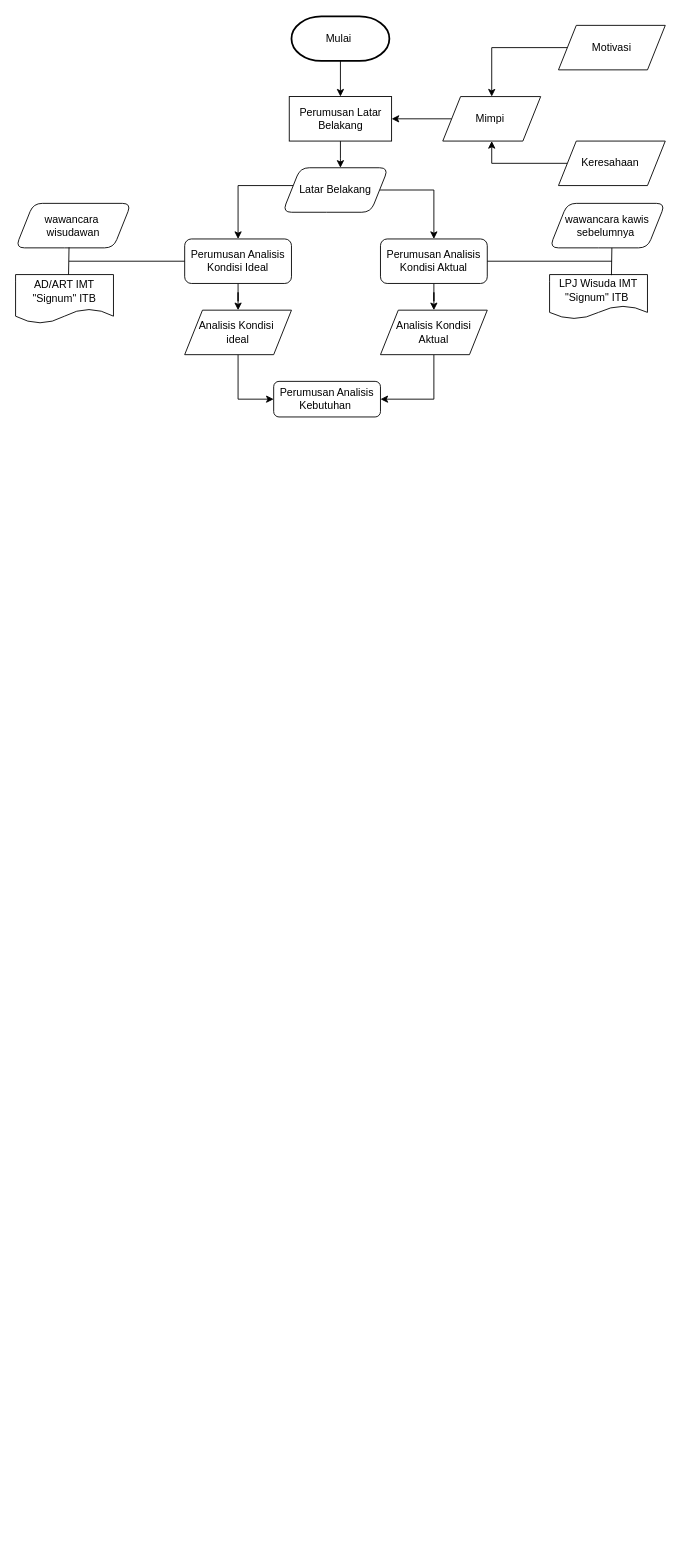
Before: Diagram Tanpa Judul.drawio in Tian7877/ARC-Training-tools, a draw.io diagram. Source tidied: cells renumbered, new cells numbered last; positions are measured from the earlier drawing's top-left corner, leaving out a move shared by most shapes. Both pictures are drawn from the tidied source at 89%, with x=0, y=0 at pixel (15, 16).
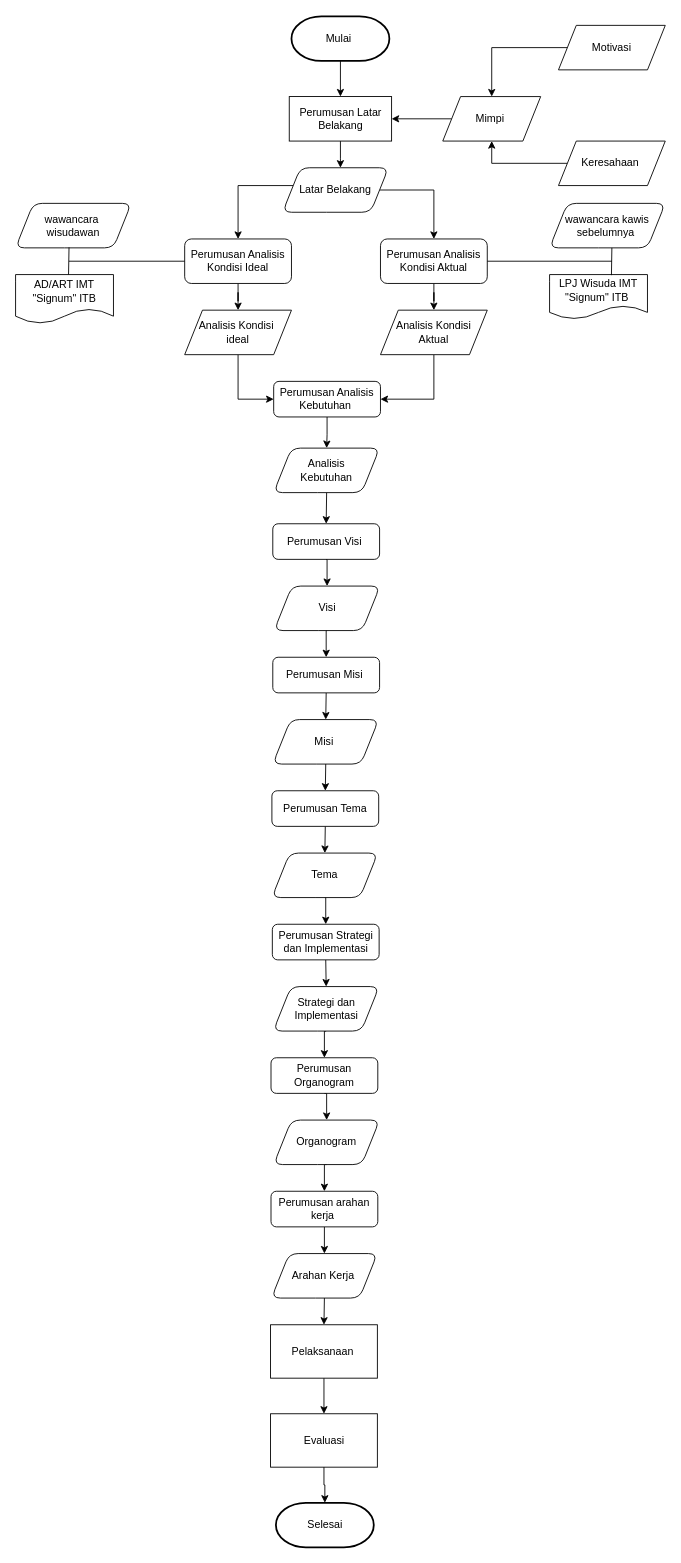
Above is the later version.

Unchanged cells that the change refers to:
```xml
<mxCell id="23" value="Perumusan Analisis Kebutuhan&amp;nbsp;" style="rounded=1;whiteSpace=wrap;html=1;" parent="1" vertex="1">
  <mxGeometry x="290" y="410" width="120" height="40" as="geometry" />
</mxCell>
```

The edit, as a diff of the source:
```diff
@@
+    <mxCell id="32" style="edgeStyle=orthogonalEdgeStyle;rounded=0;jettySize=auto;html=1;entryX=0.5;entryY=0;entryDx=0;entryDy=0;" parent="1" edge="1" source="23" target="34">
+      <mxGeometry relative="1" as="geometry" />
+    </mxCell>
@@
+    <mxCell id="33" style="edgeStyle=orthogonalEdgeStyle;rounded=0;jettySize=auto;html=1;exitX=0.5;exitY=1;exitDx=0;exitDy=0;entryX=0.5;entryY=0;entryDx=0;entryDy=0;" parent="1" edge="1" source="34" target="36">
+      <mxGeometry relative="1" as="geometry" />
+    </mxCell>
+    <mxCell id="34" value="Analisis &lt;br&gt;Kebutuhan" style="shape=parallelogram;perimeter=parallelogramPerimeter;whiteSpace=wrap;html=1;fixedSize=1;rotation=0;rounded=1;" parent="1" vertex="1">
+      <mxGeometry x="290" y="485" width="119" height="50" as="geometry" />
+    </mxCell>
+    <mxCell id="35" style="edgeStyle=orthogonalEdgeStyle;rounded=0;jettySize=auto;html=1;exitX=0.5;exitY=1;exitDx=0;exitDy=0;entryX=0.5;entryY=0;entryDx=0;entryDy=0;" parent="1" edge="1" source="36" target="38">
+      <mxGeometry relative="1" as="geometry" />
+    </mxCell>
+    <mxCell id="36" value="Perumusan Visi&amp;nbsp;" style="rounded=1;whiteSpace=wrap;html=1;" parent="1" vertex="1">
+      <mxGeometry x="289" y="570" width="120" height="40" as="geometry" />
+    </mxCell>
+    <mxCell id="37" style="edgeStyle=orthogonalEdgeStyle;rounded=0;jettySize=auto;html=1;exitX=0.5;exitY=1;exitDx=0;exitDy=0;entryX=0.5;entryY=0;entryDx=0;entryDy=0;" parent="1" edge="1" source="38" target="40">
+      <mxGeometry relative="1" as="geometry" />
+    </mxCell>
+    <mxCell id="38" value="Visi" style="shape=parallelogram;perimeter=parallelogramPerimeter;whiteSpace=wrap;html=1;fixedSize=1;rotation=0;rounded=1;" parent="1" vertex="1">
+      <mxGeometry x="290.5" y="640" width="119" height="50" as="geometry" />
+    </mxCell>
+    <mxCell id="39" style="edgeStyle=orthogonalEdgeStyle;rounded=0;jettySize=auto;html=1;exitX=0.5;exitY=1;exitDx=0;exitDy=0;entryX=0.5;entryY=0;entryDx=0;entryDy=0;" parent="1" edge="1" source="40" target="42">
+      <mxGeometry relative="1" as="geometry" />
+    </mxCell>
+    <mxCell id="40" value="Perumusan Misi&amp;nbsp;" style="rounded=1;whiteSpace=wrap;html=1;" parent="1" vertex="1">
+      <mxGeometry x="289" y="720" width="120" height="40" as="geometry" />
+    </mxCell>
+    <mxCell id="41" style="edgeStyle=orthogonalEdgeStyle;rounded=0;jettySize=auto;html=1;exitX=0.5;exitY=1;exitDx=0;exitDy=0;entryX=0.5;entryY=0;entryDx=0;entryDy=0;" parent="1" edge="1" source="42" target="44">
+      <mxGeometry relative="1" as="geometry" />
+    </mxCell>
+    <mxCell id="42" value="Misi&amp;nbsp;" style="shape=parallelogram;perimeter=parallelogramPerimeter;whiteSpace=wrap;html=1;fixedSize=1;rotation=0;rounded=1;" parent="1" vertex="1">
+      <mxGeometry x="289" y="790" width="119" height="50" as="geometry" />
+    </mxCell>
+    <mxCell id="43" style="edgeStyle=orthogonalEdgeStyle;rounded=0;jettySize=auto;html=1;exitX=0.5;exitY=1;exitDx=0;exitDy=0;entryX=0.5;entryY=0;entryDx=0;entryDy=0;" parent="1" edge="1" source="44" target="46">
+      <mxGeometry relative="1" as="geometry" />
+    </mxCell>
+    <mxCell id="44" value="Perumusan Tema" style="rounded=1;whiteSpace=wrap;html=1;" parent="1" vertex="1">
+      <mxGeometry x="288" y="870" width="120" height="40" as="geometry" />
+    </mxCell>
+    <mxCell id="45" style="edgeStyle=orthogonalEdgeStyle;rounded=0;jettySize=auto;html=1;exitX=0.5;exitY=1;exitDx=0;exitDy=0;entryX=0.5;entryY=0;entryDx=0;entryDy=0;" parent="1" edge="1" source="46" target="48">
+      <mxGeometry relative="1" as="geometry" />
+    </mxCell>
+    <mxCell id="46" value="Tema" style="shape=parallelogram;perimeter=parallelogramPerimeter;whiteSpace=wrap;html=1;fixedSize=1;rotation=0;rounded=1;" parent="1" vertex="1">
+      <mxGeometry x="288" y="940" width="119" height="50" as="geometry" />
+    </mxCell>
+    <mxCell id="47" style="edgeStyle=orthogonalEdgeStyle;rounded=0;jettySize=auto;html=1;exitX=0.5;exitY=1;exitDx=0;exitDy=0;entryX=0.5;entryY=0;entryDx=0;entryDy=0;" parent="1" edge="1" source="48" target="50">
+      <mxGeometry relative="1" as="geometry" />
+    </mxCell>
+    <mxCell id="48" value="Perumusan Strategi dan Implementasi" style="rounded=1;whiteSpace=wrap;html=1;" parent="1" vertex="1">
+      <mxGeometry x="288.5" y="1020" width="120" height="40" as="geometry" />
+    </mxCell>
+    <mxCell id="49" style="edgeStyle=orthogonalEdgeStyle;rounded=0;jettySize=auto;html=1;exitX=0.5;exitY=1;exitDx=0;exitDy=0;entryX=0.5;entryY=0;entryDx=0;entryDy=0;" parent="1" edge="1" source="50" target="52">
+      <mxGeometry relative="1" as="geometry" />
+    </mxCell>
+    <mxCell id="50" value="Strategi dan Implementasi" style="shape=parallelogram;perimeter=parallelogramPerimeter;whiteSpace=wrap;html=1;fixedSize=1;rotation=0;rounded=1;" parent="1" vertex="1">
+      <mxGeometry x="289.5" y="1090" width="119" height="50" as="geometry" />
+    </mxCell>
+    <mxCell id="51" style="edgeStyle=orthogonalEdgeStyle;rounded=0;jettySize=auto;html=1;exitX=0.5;exitY=1;exitDx=0;exitDy=0;entryX=0.5;entryY=0;entryDx=0;entryDy=0;" parent="1" edge="1" source="52" target="54">
+      <mxGeometry relative="1" as="geometry" />
+    </mxCell>
+    <mxCell id="52" value="Perumusan Organogram" style="rounded=1;whiteSpace=wrap;html=1;" parent="1" vertex="1">
+      <mxGeometry x="287" y="1170" width="120" height="40" as="geometry" />
+    </mxCell>
+    <mxCell id="53" style="edgeStyle=orthogonalEdgeStyle;rounded=0;jettySize=auto;html=1;exitX=0.5;exitY=1;exitDx=0;exitDy=0;entryX=0.5;entryY=0;entryDx=0;entryDy=0;" parent="1" edge="1" source="54" target="56">
+      <mxGeometry relative="1" as="geometry" />
+    </mxCell>
+    <mxCell id="54" value="Organogram" style="shape=parallelogram;perimeter=parallelogramPerimeter;whiteSpace=wrap;html=1;fixedSize=1;rotation=0;rounded=1;" parent="1" vertex="1">
+      <mxGeometry x="290" y="1240" width="119" height="50" as="geometry" />
+    </mxCell>
+    <mxCell id="55" style="edgeStyle=orthogonalEdgeStyle;rounded=0;jettySize=auto;html=1;exitX=0.5;exitY=1;exitDx=0;exitDy=0;entryX=0.5;entryY=0;entryDx=0;entryDy=0;" parent="1" edge="1" source="56" target="58">
+      <mxGeometry relative="1" as="geometry" />
+    </mxCell>
+    <mxCell id="56" value="Perumusan arahan kerja&amp;nbsp;" style="rounded=1;whiteSpace=wrap;html=1;" parent="1" vertex="1">
+      <mxGeometry x="287" y="1320" width="120" height="40" as="geometry" />
+    </mxCell>
+    <mxCell id="57" style="edgeStyle=orthogonalEdgeStyle;rounded=0;jettySize=auto;html=1;exitX=0.5;exitY=1;exitDx=0;exitDy=0;entryX=0.5;entryY=0;entryDx=0;entryDy=0;" parent="1" edge="1" source="58" target="60">
+      <mxGeometry relative="1" as="geometry" />
+    </mxCell>
+    <mxCell id="58" value="Arahan Kerja&amp;nbsp;" style="shape=parallelogram;perimeter=parallelogramPerimeter;whiteSpace=wrap;html=1;fixedSize=1;rotation=0;rounded=1;" parent="1" vertex="1">
+      <mxGeometry x="287.5" y="1390" width="119" height="50" as="geometry" />
+    </mxCell>
+    <mxCell id="59" style="edgeStyle=orthogonalEdgeStyle;rounded=0;jettySize=auto;html=1;exitX=0.5;exitY=1;exitDx=0;exitDy=0;entryX=0.5;entryY=0;entryDx=0;entryDy=0;" parent="1" edge="1" source="60" target="61">
+      <mxGeometry relative="1" as="geometry" />
+    </mxCell>
+    <mxCell id="60" value="Pelaksanaan&amp;nbsp;" style="rounded=0;whiteSpace=wrap;html=1;" parent="1" vertex="1">
+      <mxGeometry x="286.5" y="1470" width="120" height="60" as="geometry" />
+    </mxCell>
+    <mxCell id="61" value="Evaluasi" style="rounded=0;whiteSpace=wrap;html=1;" parent="1" vertex="1">
+      <mxGeometry x="286.5" y="1570" width="120" height="60" as="geometry" />
+    </mxCell>
+    <mxCell id="62" value="Selesai" style="strokeWidth=2;html=1;shape=mxgraph.flowchart.terminator;whiteSpace=wrap;" parent="1" vertex="1">
+      <mxGeometry x="292.5" y="1670" width="110" height="50" as="geometry" />
+    </mxCell>
+    <mxCell id="63" style="edgeStyle=orthogonalEdgeStyle;rounded=0;jettySize=auto;html=1;exitX=0.5;exitY=1;exitDx=0;exitDy=0;entryX=0.5;entryY=0;entryDx=0;entryDy=0;entryPerimeter=0;" parent="1" edge="1" source="61" target="62">
+      <mxGeometry relative="1" as="geometry" />
+    </mxCell>
```
